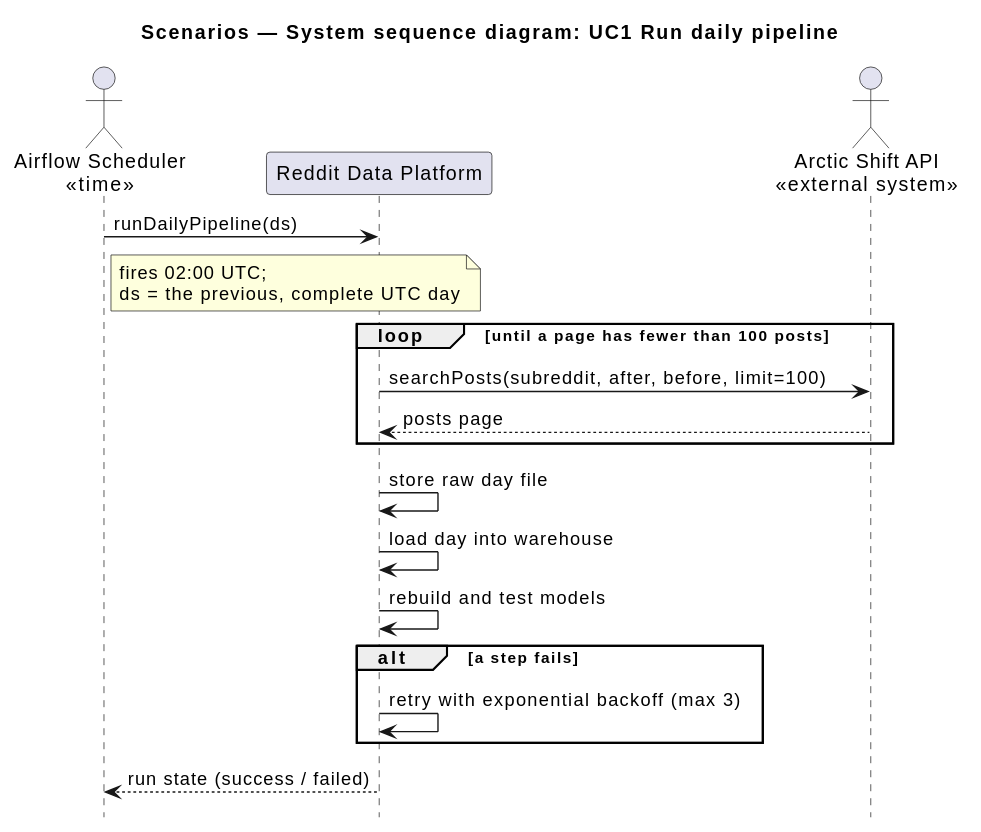
modsomjeed/reddit-dataeng keeps this PlantUML diagram as docs/architecture/diagrams/ssd-daily-pipeline.svg. Above is the earlier version.
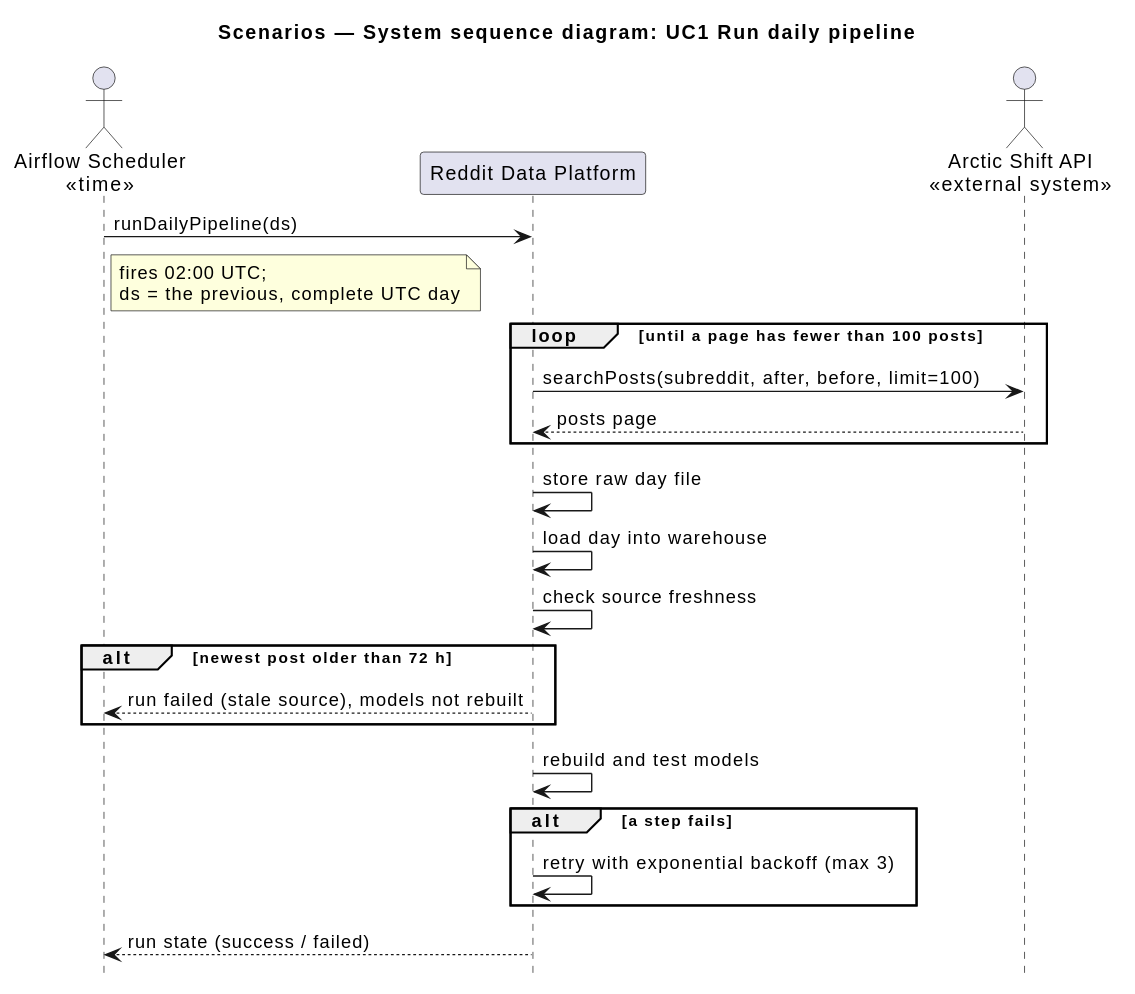
The same file after the commit.

Diff of the diagram source:
```diff
@@ -20,6 +20,12 @@
 
 system -> system : store raw day file
 system -> system : load day into warehouse
+system -> system : check source freshness
+
+alt newest post older than 72 h
+  system --> scheduler : run failed (stale source), models not rebuilt
+end
+
 system -> system : rebuild and test models
 
 alt a step fails
```
